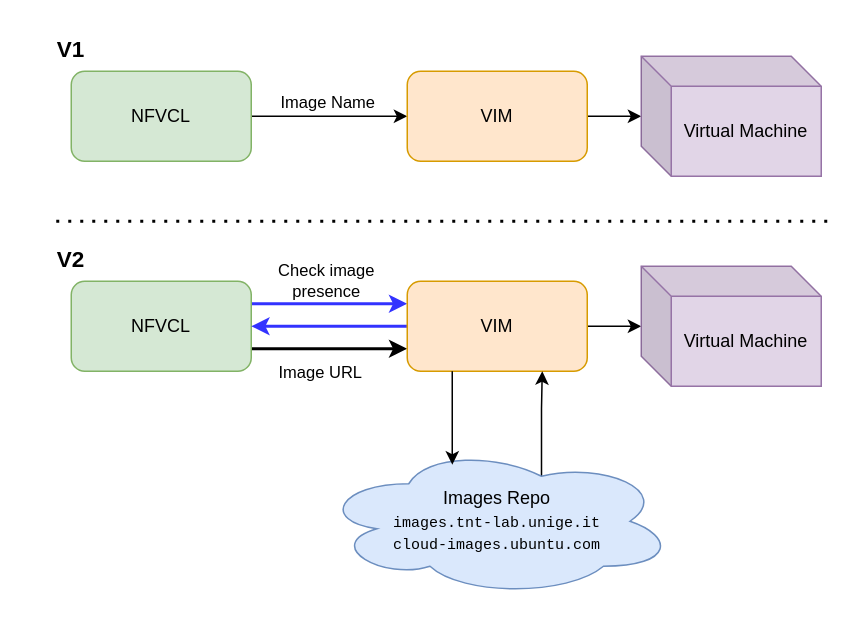
Above: page "NFVCL_VIM_interaction" (6 of 13) of docs/diagrams/NVFCL-diagrams.drawio in s2n-cnit/nfvcl-ng (draw.io), before the change. Source tidied: cells renumbered, new cells numbered last; positions are measured from the earlier drawing's top-left corner, leaving out a move shared by most shapes. Both pictures are drawn from the tidied source at 150%, with x=0, y=0 at pixel (26, 26).
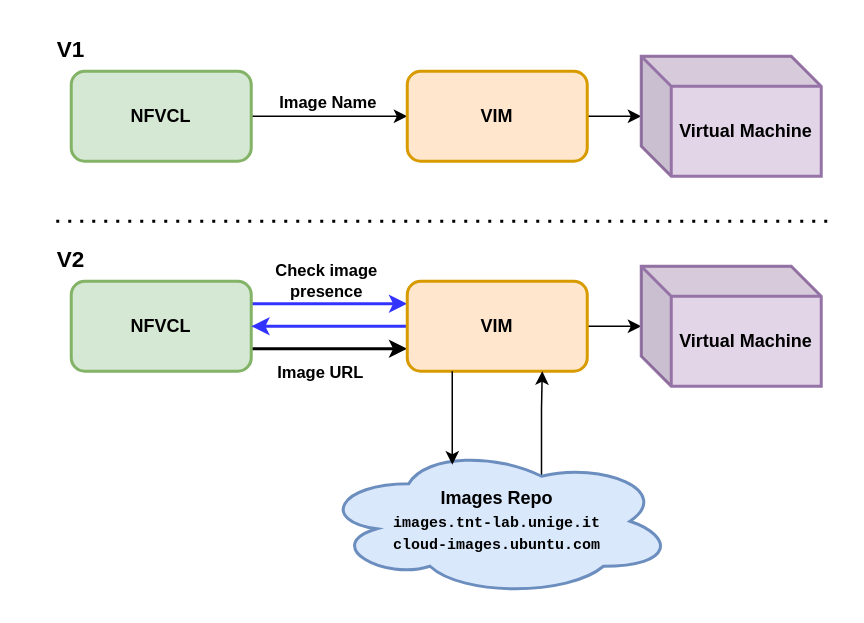
After the change.

Change to the diagram source:
```diff
@@
-    <mxCell id="2" style="endArrow=none;dashed=1;html=1;dashPattern=1 3;strokeWidth=2;rounded=0;" parent="1" edge="1">
+    <mxCell id="2" style="endArrow=none;dashed=1;html=1;dashPattern=1 3;strokeWidth=2;rounded=0;fontStyle=1;" parent="1" edge="1">
       <mxGeometry relative="1" as="geometry">
         <mxPoint x="20" y="130" as="sourcePoint" />
         <mxPoint x="540" y="130" as="targetPoint" />
       </mxGeometry>
     </mxCell>
-    <mxCell id="3" style="edgeStyle=orthogonalEdgeStyle;rounded=0;jettySize=auto;html=1;" parent="1" edge="1" source="5" target="7">
+    <mxCell id="3" style="edgeStyle=orthogonalEdgeStyle;rounded=0;jettySize=auto;html=1;fontStyle=1;" parent="1" edge="1" source="5" target="7">
       <mxGeometry relative="1" as="geometry" />
     </mxCell>
-    <mxCell id="4" value="Image Name" style="edgeLabel;html=1;align=center;verticalAlign=middle;" parent="3" vertex="1">
+    <mxCell id="4" value="Image Name" style="edgeLabel;html=1;align=center;verticalAlign=middle;fontStyle=1;" parent="3" vertex="1">
       <mxGeometry x="-0.46" y="2" relative="1" as="geometry">
         <mxPoint x="22" y="-8" as="offset" />
       </mxGeometry>
     </mxCell>
-    <mxCell id="5" value="NFVCL" style="rounded=1;whiteSpace=wrap;html=1;fillColor=#d5e8d4;strokeColor=#82b366;" parent="1" vertex="1">
+    <mxCell id="5" value="NFVCL" style="rounded=1;whiteSpace=wrap;html=1;fillColor=#d5e8d4;strokeColor=#82b366;fontStyle=1;strokeWidth=2;" parent="1" vertex="1">
       <mxGeometry x="30" y="30" width="120" height="60" as="geometry" />
     </mxCell>
-    <mxCell id="6" style="edgeStyle=orthogonalEdgeStyle;rounded=0;jettySize=auto;html=1;" parent="1" edge="1" source="7" target="8">
+    <mxCell id="6" style="edgeStyle=orthogonalEdgeStyle;rounded=0;jettySize=auto;html=1;fontStyle=1;" parent="1" edge="1" source="7" target="8">
       <mxGeometry relative="1" as="geometry" />
     </mxCell>
-    <mxCell id="7" value="VIM" style="rounded=1;whiteSpace=wrap;html=1;fillColor=#ffe6cc;strokeColor=#d79b00;" parent="1" vertex="1">
+    <mxCell id="7" value="VIM" style="rounded=1;whiteSpace=wrap;html=1;fillColor=#ffe6cc;strokeColor=#d79b00;fontStyle=1;strokeWidth=2;" parent="1" vertex="1">
       <mxGeometry x="254" y="30" width="120" height="60" as="geometry" />
     </mxCell>
-    <mxCell id="8" value="Virtual Machine" style="shape=cube;whiteSpace=wrap;html=1;boundedLbl=1;backgroundOutline=1;darkOpacity=0.05;darkOpacity2=0.1;fillColor=#e1d5e7;strokeColor=#9673a6;" parent="1" vertex="1">
+    <mxCell id="8" value="Virtual Machine" style="shape=cube;whiteSpace=wrap;html=1;boundedLbl=1;backgroundOutline=1;darkOpacity=0.05;darkOpacity2=0.1;fillColor=#e1d5e7;strokeColor=#9673a6;fontStyle=1;strokeWidth=2;" parent="1" vertex="1">
       <mxGeometry x="410" y="20" width="120" height="80" as="geometry" />
     </mxCell>
-    <mxCell id="9" value="Check image&lt;div&gt;presence&lt;/div&gt;" style="edgeStyle=orthogonalEdgeStyle;rounded=0;jettySize=auto;html=1;exitX=1;exitY=0.25;exitDx=0;exitDy=0;entryX=0;entryY=0.25;entryDx=0;entryDy=0;strokeWidth=2;strokeColor=#3333FF;" parent="1" edge="1" source="12" target="15">
+    <mxCell id="9" value="Check image&lt;div&gt;presence&lt;/div&gt;" style="edgeStyle=orthogonalEdgeStyle;rounded=0;jettySize=auto;html=1;exitX=1;exitY=0.25;exitDx=0;exitDy=0;entryX=0;entryY=0.25;entryDx=0;entryDy=0;strokeWidth=2;strokeColor=#3333FF;fontStyle=1;" parent="1" edge="1" source="12" target="15">
       <mxGeometry x="-0.04" y="15" relative="1" as="geometry" />
     </mxCell>
-    <mxCell id="10" style="edgeStyle=orthogonalEdgeStyle;rounded=0;jettySize=auto;html=1;exitX=1;exitY=0.75;exitDx=0;exitDy=0;entryX=0;entryY=0.75;entryDx=0;entryDy=0;strokeWidth=2;" parent="1" edge="1" source="12" target="15">
+    <mxCell id="10" style="edgeStyle=orthogonalEdgeStyle;rounded=0;jettySize=auto;html=1;exitX=1;exitY=0.75;exitDx=0;exitDy=0;entryX=0;entryY=0.75;entryDx=0;entryDy=0;strokeWidth=2;fontStyle=1;" parent="1" edge="1" source="12" target="15">
       <mxGeometry relative="1" as="geometry" />
     </mxCell>
-    <mxCell id="11" value="Image URL" style="edgeLabel;html=1;align=center;verticalAlign=middle;" parent="10" vertex="1">
+    <mxCell id="11" value="Image URL" style="edgeLabel;html=1;align=center;verticalAlign=middle;fontStyle=1;" parent="10" vertex="1">
       <mxGeometry x="0.16" y="-3" relative="1" as="geometry">
         <mxPoint x="-15" y="12" as="offset" />
       </mxGeometry>
     </mxCell>
-    <mxCell id="12" value="NFVCL" style="rounded=1;whiteSpace=wrap;html=1;fillColor=#d5e8d4;strokeColor=#82b366;" parent="1" vertex="1">
+    <mxCell id="12" value="NFVCL" style="rounded=1;whiteSpace=wrap;html=1;fillColor=#d5e8d4;strokeColor=#82b366;fontStyle=1;strokeWidth=2;" parent="1" vertex="1">
       <mxGeometry x="30" y="170" width="120" height="60" as="geometry" />
     </mxCell>
-    <mxCell id="13" style="edgeStyle=orthogonalEdgeStyle;rounded=0;jettySize=auto;html=1;" parent="1" edge="1" source="15" target="16">
+    <mxCell id="13" style="edgeStyle=orthogonalEdgeStyle;rounded=0;jettySize=auto;html=1;fontStyle=1;" parent="1" edge="1" source="15" target="16">
       <mxGeometry relative="1" as="geometry" />
     </mxCell>
-    <mxCell id="14" style="edgeStyle=orthogonalEdgeStyle;rounded=0;jettySize=auto;html=1;exitX=0;exitY=0.5;exitDx=0;exitDy=0;strokeWidth=2;strokeColor=#3333FF;" parent="1" edge="1" source="15" target="12">
+    <mxCell id="14" style="edgeStyle=orthogonalEdgeStyle;rounded=0;jettySize=auto;html=1;exitX=0;exitY=0.5;exitDx=0;exitDy=0;strokeWidth=2;strokeColor=#3333FF;fontStyle=1;" parent="1" edge="1" source="15" target="12">
       <mxGeometry relative="1" as="geometry" />
     </mxCell>
-    <mxCell id="15" value="VIM" style="rounded=1;whiteSpace=wrap;html=1;fillColor=#ffe6cc;strokeColor=#d79b00;" parent="1" vertex="1">
+    <mxCell id="15" value="VIM" style="rounded=1;whiteSpace=wrap;html=1;fillColor=#ffe6cc;strokeColor=#d79b00;fontStyle=1;strokeWidth=2;" parent="1" vertex="1">
       <mxGeometry x="254" y="170" width="120" height="60" as="geometry" />
     </mxCell>
-    <mxCell id="16" value="Virtual Machine" style="shape=cube;whiteSpace=wrap;html=1;boundedLbl=1;backgroundOutline=1;darkOpacity=0.05;darkOpacity2=0.1;fillColor=#e1d5e7;strokeColor=#9673a6;" parent="1" vertex="1">
+    <mxCell id="16" value="Virtual Machine" style="shape=cube;whiteSpace=wrap;html=1;boundedLbl=1;backgroundOutline=1;darkOpacity=0.05;darkOpacity2=0.1;fillColor=#e1d5e7;strokeColor=#9673a6;fontStyle=1;strokeWidth=2;" parent="1" vertex="1">
       <mxGeometry x="410" y="160" width="120" height="80" as="geometry" />
     </mxCell>
-    <mxCell id="17" style="edgeStyle=orthogonalEdgeStyle;rounded=0;jettySize=auto;html=1;exitX=0.625;exitY=0.2;exitDx=0;exitDy=0;exitPerimeter=0;entryX=0.75;entryY=1;entryDx=0;entryDy=0;" parent="1" edge="1" source="18" target="15">
+    <mxCell id="17" style="edgeStyle=orthogonalEdgeStyle;rounded=0;jettySize=auto;html=1;exitX=0.625;exitY=0.2;exitDx=0;exitDy=0;exitPerimeter=0;entryX=0.75;entryY=1;entryDx=0;entryDy=0;fontStyle=1;" parent="1" edge="1" source="18" target="15">
       <mxGeometry relative="1" as="geometry" />
     </mxCell>
-    <mxCell id="18" value="Images Repo&lt;div&gt;&lt;span style=&quot;font-size: 10px; font-family: &amp;quot;JetBrains Mono&amp;quot;, monospace; background-color: initial;&quot;&gt;images.tnt-lab.unige.it&lt;/span&gt;&lt;/div&gt;&lt;div&gt;&lt;span style=&quot;background-color: initial;&quot;&gt;&lt;font face=&quot;JetBrains Mono, monospace&quot;&gt;&lt;span style=&quot;font-size: 10px;&quot;&gt;cloud-images.ubuntu.com&lt;/span&gt;&lt;/font&gt;&lt;br&gt;&lt;/span&gt;&lt;/div&gt;" style="ellipse;shape=cloud;whiteSpace=wrap;html=1;fillColor=#dae8fc;strokeColor=#6c8ebf;" parent="1" vertex="1">
+    <mxCell id="18" value="Images Repo&lt;div&gt;&lt;span style=&quot;font-size: 10px; font-family: &amp;quot;JetBrains Mono&amp;quot;, monospace; background-color: initial;&quot;&gt;images.tnt-lab.unige.it&lt;/span&gt;&lt;/div&gt;&lt;div&gt;&lt;span style=&quot;background-color: initial;&quot;&gt;&lt;font face=&quot;JetBrains Mono, monospace&quot;&gt;&lt;span style=&quot;font-size: 10px;&quot;&gt;cloud-images.ubuntu.com&lt;/span&gt;&lt;/font&gt;&lt;br&gt;&lt;/span&gt;&lt;/div&gt;" style="ellipse;shape=cloud;whiteSpace=wrap;html=1;fillColor=#dae8fc;strokeColor=#6c8ebf;fontStyle=1;strokeWidth=2;" parent="1" vertex="1">
       <mxGeometry x="196" y="280" width="236" height="100" as="geometry" />
     </mxCell>
-    <mxCell id="19" style="edgeStyle=orthogonalEdgeStyle;rounded=0;jettySize=auto;html=1;exitX=0.25;exitY=1;exitDx=0;exitDy=0;entryX=0.373;entryY=0.123;entryDx=0;entryDy=0;entryPerimeter=0;" parent="1" edge="1" source="15" target="18">
+    <mxCell id="19" style="edgeStyle=orthogonalEdgeStyle;rounded=0;jettySize=auto;html=1;exitX=0.25;exitY=1;exitDx=0;exitDy=0;entryX=0.373;entryY=0.123;entryDx=0;entryDy=0;entryPerimeter=0;fontStyle=1;" parent="1" edge="1" source="15" target="18">
       <mxGeometry relative="1" as="geometry" />
     </mxCell>
-    <mxCell id="20" value="&lt;font style=&quot;font-size: 15px;&quot;&gt;&lt;b&gt;V1&lt;/b&gt;&lt;/font&gt;" style="text;html=1;align=center;verticalAlign=middle;whiteSpace=wrap;rounded=0;" parent="1" vertex="1">
+    <mxCell id="20" value="&lt;font style=&quot;font-size: 15px;&quot;&gt;&lt;span&gt;V1&lt;/span&gt;&lt;/font&gt;" style="text;html=1;align=center;verticalAlign=middle;whiteSpace=wrap;rounded=0;fontStyle=1;" parent="1" vertex="1">
       <mxGeometry width="60" height="30" as="geometry" />
     </mxCell>
-    <mxCell id="21" value="&lt;font style=&quot;font-size: 15px;&quot;&gt;&lt;b&gt;V2&lt;/b&gt;&lt;/font&gt;" style="text;html=1;align=center;verticalAlign=middle;whiteSpace=wrap;rounded=0;" parent="1" vertex="1">
+    <mxCell id="21" value="&lt;font style=&quot;font-size: 15px;&quot;&gt;&lt;span&gt;V2&lt;/span&gt;&lt;/font&gt;" style="text;html=1;align=center;verticalAlign=middle;whiteSpace=wrap;rounded=0;fontStyle=1;" parent="1" vertex="1">
       <mxGeometry y="140" width="60" height="30" as="geometry" />
     </mxCell>
```
